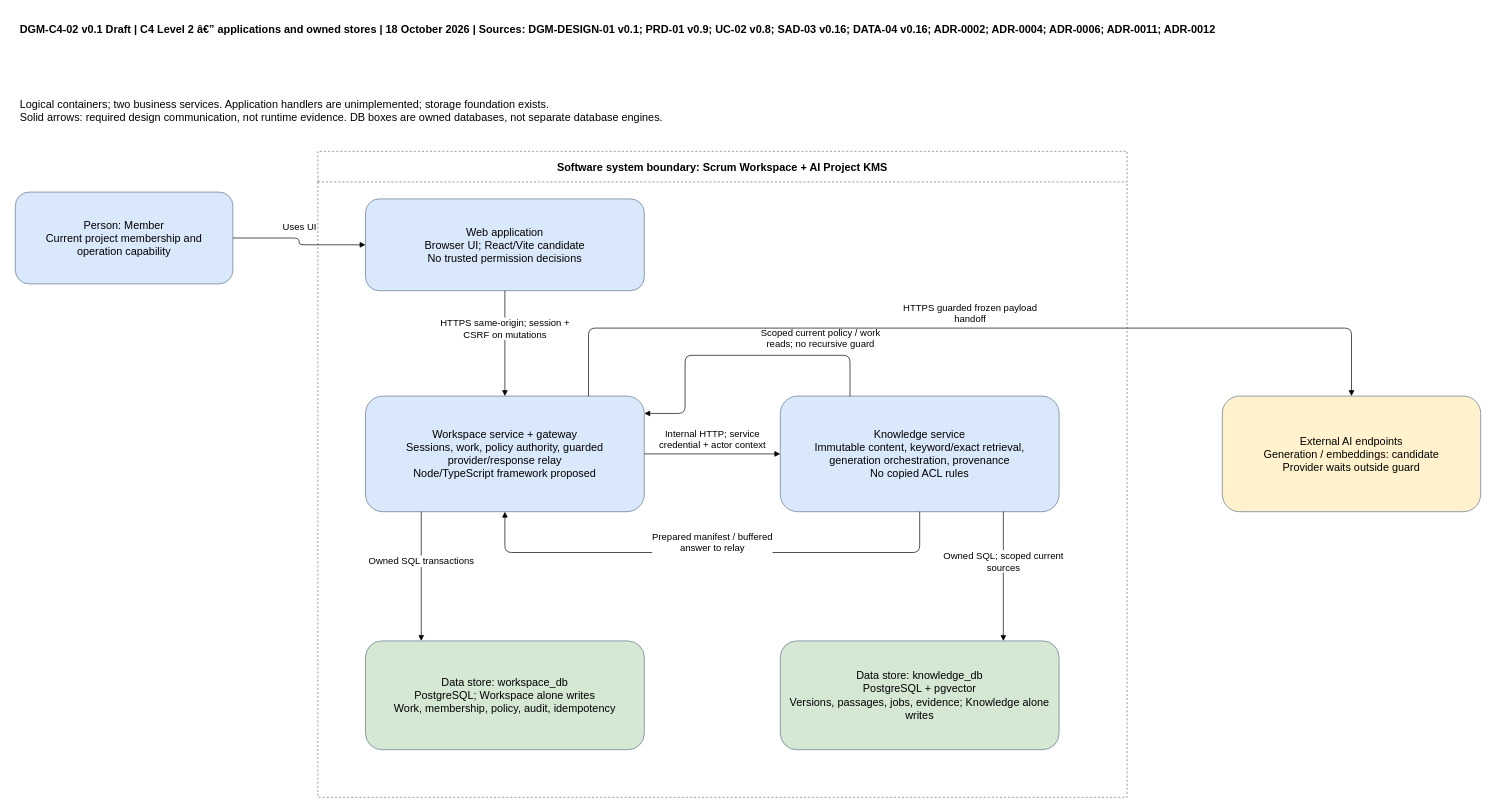
Before: docs/sdlc/diagrams/c4/containers.drawio in 900M100CK/scrum-workspace-KMS-ai, a draw.io diagram. Source tidied: cells renumbered, new cells numbered last; positions are measured from the earlier drawing's top-left corner, leaving out a move shared by most shapes. Both pictures are drawn from the tidied source at 68%, with x=0, y=0 at pixel (12, 12).
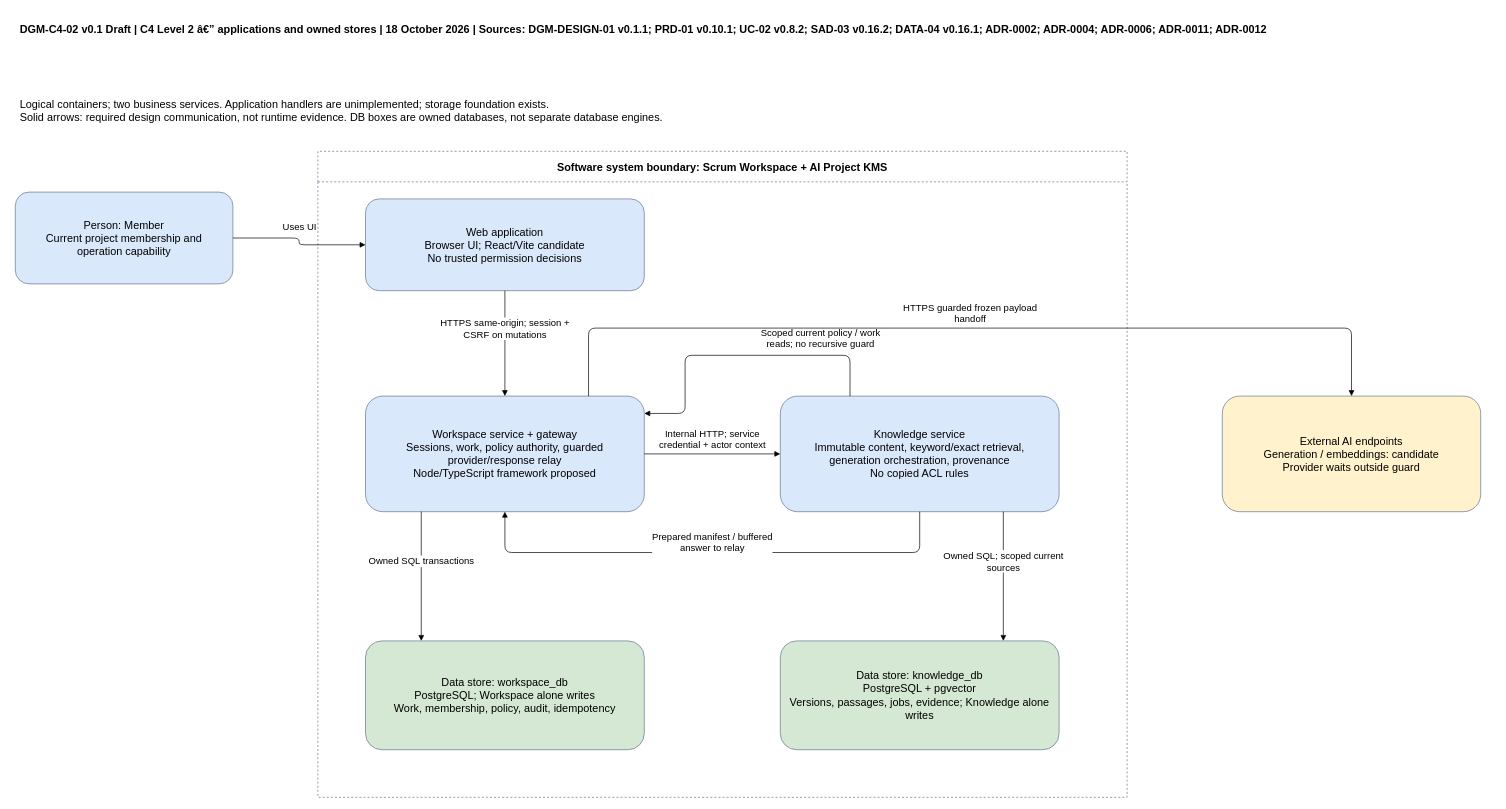
After the change.

Change to the diagram source:
```diff
@@
-    <mxCell id="18" value="DGM-C4-02 v0.1 Draft | C4 Level 2 â€” applications and owned stores | 18 October 2026 | Sources: DGM-DESIGN-01 v0.1; PRD-01 v0.9; UC-02 v0.8; SAD-03 v0.16; DATA-04 v0.16; ADR-0002; ADR-0004; ADR-0006; ADR-0011; ADR-0012" style="text;align=left;fontStyle=1;whiteSpace=wrap;html=1;fontSize=16;spacing=12;" parent="1" vertex="1">
+    <mxCell id="18" value="DGM-C4-02 v0.1 Draft | C4 Level 2 â€” applications and owned stores | 18 October 2026 | Sources: DGM-DESIGN-01 v0.1.1; PRD-01 v0.10.1; UC-02 v0.8.2; SAD-03 v0.16.2; DATA-04 v0.16.1; ADR-0002; ADR-0004; ADR-0006; ADR-0011; ADR-0012" style="text;align=left;fontStyle=1;whiteSpace=wrap;html=1;fontSize=16;spacing=12;" parent="1" vertex="1">
       <mxGeometry width="2180" height="105" as="geometry" />
     </mxCell>
```
